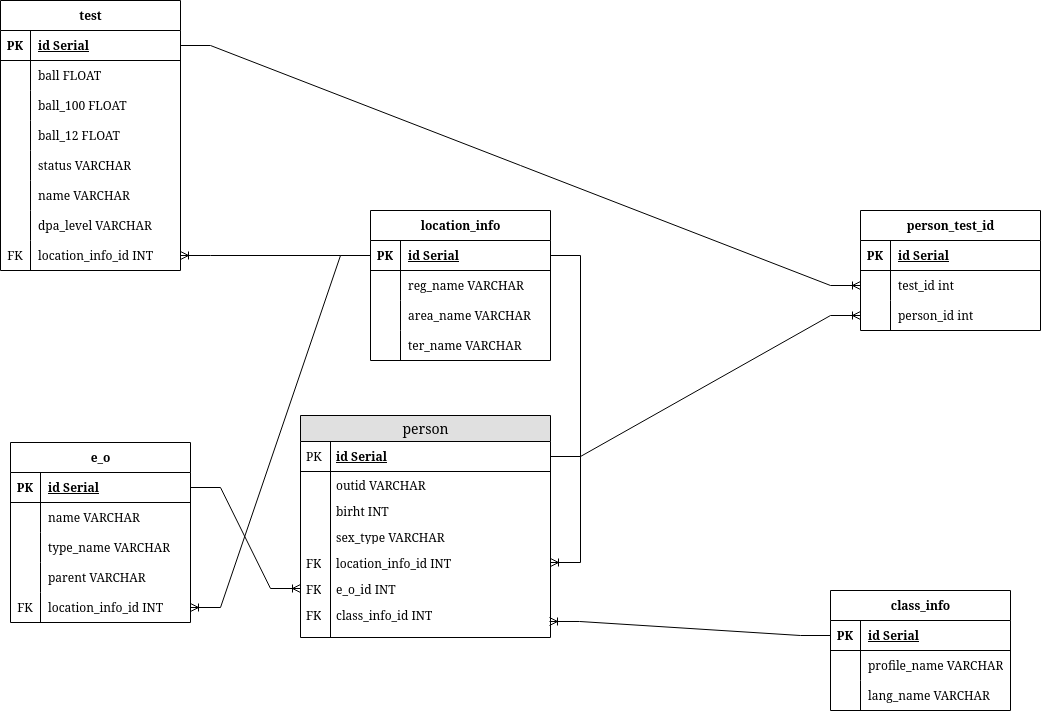
Sokolnickiy/db_lab keeps this draw.io diagram as erd.drawio.png. Above is the earlier version. Source tidied: cells renumbered, new cells last; positions are measured from the earlier drawing's top-left corner, leaving out a move shared by most shapes.
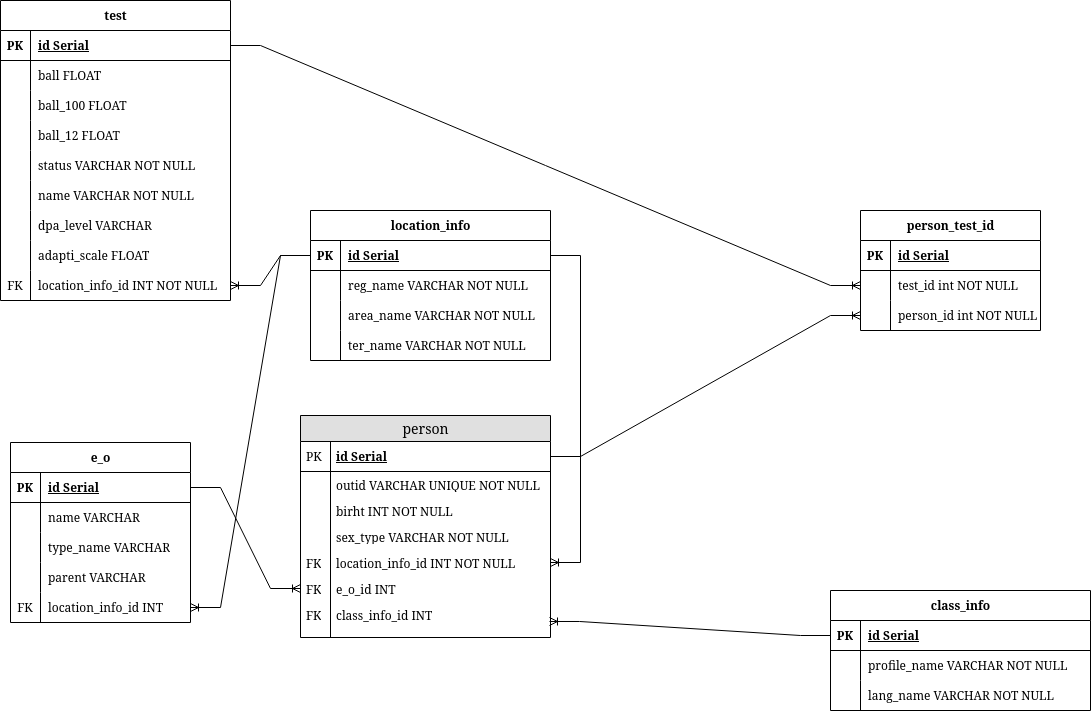
Above is the later version.

Change to the diagram source:
```diff
@@ -13,3 +13,3 @@
     </mxCell>
-    <mxCell id="5" value="outid VARCHAR" style="shape=partialRectangle;top=0;left=0;right=0;bottom=0;html=1;align=left;verticalAlign=top;fillColor=none;spacingLeft=34;spacingRight=4;whiteSpace=wrap;overflow=hidden;" parent="2" vertex="1">
+    <mxCell id="5" value="outid VARCHAR UNIQUE NOT NULL" style="shape=partialRectangle;top=0;left=0;right=0;bottom=0;html=1;align=left;verticalAlign=top;fillColor=none;spacingLeft=34;spacingRight=4;whiteSpace=wrap;overflow=hidden;" parent="2" vertex="1">
       <mxGeometry y="56" width="250" height="26" as="geometry" />
@@ -19,3 +19,3 @@
     </mxCell>
-    <mxCell id="7" value="birht INT" style="shape=partialRectangle;top=0;left=0;right=0;bottom=0;html=1;align=left;verticalAlign=top;fillColor=none;spacingLeft=34;spacingRight=4;whiteSpace=wrap;overflow=hidden;" parent="2" vertex="1">
+    <mxCell id="7" value="birht INT NOT NULL" style="shape=partialRectangle;top=0;left=0;right=0;bottom=0;html=1;align=left;verticalAlign=top;fillColor=none;spacingLeft=34;spacingRight=4;whiteSpace=wrap;overflow=hidden;" parent="2" vertex="1">
       <mxGeometry y="82" width="250" height="26" as="geometry" />
@@ -25,3 +25,3 @@
     </mxCell>
-    <mxCell id="9" value="sex_type VARCHAR" style="shape=partialRectangle;top=0;left=0;right=0;bottom=0;html=1;align=left;verticalAlign=top;fillColor=none;spacingLeft=34;spacingRight=4;whiteSpace=wrap;overflow=hidden;" parent="2" vertex="1">
+    <mxCell id="9" value="sex_type VARCHAR NOT NULL" style="shape=partialRectangle;top=0;left=0;right=0;bottom=0;html=1;align=left;verticalAlign=top;fillColor=none;spacingLeft=34;spacingRight=4;whiteSpace=wrap;overflow=hidden;" parent="2" vertex="1">
       <mxGeometry y="108" width="250" height="26" as="geometry" />
@@ -31,3 +31,3 @@
     </mxCell>
-    <mxCell id="11" value="location_info_id INT" style="shape=partialRectangle;top=0;left=0;right=0;bottom=0;html=1;align=left;verticalAlign=top;fillColor=none;spacingLeft=34;spacingRight=4;whiteSpace=wrap;overflow=hidden;points=[[0,0.5],[1,0.5]];portConstraint=eastwest;" parent="2" vertex="1">
+    <mxCell id="11" value="location_info_id INT NOT NULL" style="shape=partialRectangle;top=0;left=0;right=0;bottom=0;html=1;align=left;verticalAlign=top;fillColor=none;spacingLeft=34;spacingRight=4;whiteSpace=wrap;overflow=hidden;points=[[0,0.5],[1,0.5]];portConstraint=eastwest;" parent="2" vertex="1">
       <mxGeometry y="134" width="250" height="26" as="geometry" />
@@ -107,6 +107,6 @@
     <mxCell id="36" value="class_info" style="shape=table;startSize=30;rowLines=0;fontStyle=1;align=center;html=1;" parent="1" vertex="1">
-      <mxGeometry x="830" y="590" width="180" height="120" as="geometry" />
+      <mxGeometry x="830" y="590" width="260" height="120" as="geometry" />
     </mxCell>
     <mxCell id="37" style="shape=tableRow;horizontal=0;startSize=0;swimlaneHead=0;swimlaneBody=0;fillColor=none;points=[[0,0.5],[1,0.5]];portConstraint=eastwest;top=0;left=0;right=0;bottom=1;" parent="36" vertex="1">
-      <mxGeometry y="30" width="180" height="30" as="geometry" />
+      <mxGeometry y="30" width="260" height="30" as="geometry" />
     </mxCell>
@@ -116,6 +116,6 @@
     <mxCell id="39" value="id Serial" style="shape=partialRectangle;fillColor=none;top=0;left=0;bottom=0;right=0;align=left;spacingLeft=6;fontStyle=5;overflow=hidden;whiteSpace=wrap;html=1;" parent="37" vertex="1">
-      <mxGeometry x="30" width="150" height="30" as="geometry" />
+      <mxGeometry x="30" width="230" height="30" as="geometry" />
     </mxCell>
     <mxCell id="40" style="shape=tableRow;horizontal=0;startSize=0;swimlaneHead=0;swimlaneBody=0;fillColor=none;top=0;left=0;right=0;bottom=0;" parent="36" vertex="1">
-      <mxGeometry y="60" width="180" height="30" as="geometry" />
+      <mxGeometry y="60" width="260" height="30" as="geometry" />
     </mxCell>
@@ -124,7 +124,7 @@
     </mxCell>
-    <mxCell id="42" value="profile_name VARCHAR" style="shape=partialRectangle;fillColor=none;top=0;left=0;bottom=0;right=0;align=left;spacingLeft=6;overflow=hidden;whiteSpace=wrap;html=1;" parent="40" vertex="1">
-      <mxGeometry x="30" width="150" height="30" as="geometry" />
+    <mxCell id="42" value="profile_name VARCHAR NOT NULL" style="shape=partialRectangle;fillColor=none;top=0;left=0;bottom=0;right=0;align=left;spacingLeft=6;overflow=hidden;whiteSpace=wrap;html=1;" parent="40" vertex="1">
+      <mxGeometry x="30" width="230" height="30" as="geometry" />
     </mxCell>
     <mxCell id="43" style="shape=tableRow;horizontal=0;startSize=0;swimlaneHead=0;swimlaneBody=0;fillColor=none;top=0;left=0;right=0;bottom=0;" parent="36" vertex="1">
-      <mxGeometry y="90" width="180" height="30" as="geometry" />
+      <mxGeometry y="90" width="260" height="30" as="geometry" />
     </mxCell>
@@ -133,4 +133,4 @@
     </mxCell>
-    <mxCell id="45" value="lang_name VARCHAR" style="shape=partialRectangle;fillColor=none;top=0;left=0;bottom=0;right=0;align=left;spacingLeft=6;overflow=hidden;whiteSpace=wrap;html=1;" parent="43" vertex="1">
-      <mxGeometry x="30" width="150" height="30" as="geometry" />
+    <mxCell id="45" value="lang_name VARCHAR NOT NULL" style="shape=partialRectangle;fillColor=none;top=0;left=0;bottom=0;right=0;align=left;spacingLeft=6;overflow=hidden;whiteSpace=wrap;html=1;" parent="43" vertex="1">
+      <mxGeometry x="30" width="230" height="30" as="geometry" />
     </mxCell>
@@ -140,6 +140,6 @@
     <mxCell id="47" value="location_info" style="shape=table;startSize=30;rowLines=0;fontStyle=1;align=center;html=1;" parent="1" vertex="1">
-      <mxGeometry x="370" y="210" width="180" height="150" as="geometry" />
+      <mxGeometry x="310" y="210" width="240" height="150" as="geometry" />
     </mxCell>
     <mxCell id="48" style="shape=tableRow;horizontal=0;startSize=0;swimlaneHead=0;swimlaneBody=0;fillColor=none;points=[[0,0.5],[1,0.5]];portConstraint=eastwest;top=0;left=0;right=0;bottom=1;" parent="47" vertex="1">
-      <mxGeometry y="30" width="180" height="30" as="geometry" />
+      <mxGeometry y="30" width="240" height="30" as="geometry" />
     </mxCell>
@@ -149,6 +149,6 @@
     <mxCell id="50" value="id Serial" style="shape=partialRectangle;fillColor=none;top=0;left=0;bottom=0;right=0;align=left;spacingLeft=6;fontStyle=5;overflow=hidden;whiteSpace=wrap;html=1;" parent="48" vertex="1">
-      <mxGeometry x="30" width="150" height="30" as="geometry" />
+      <mxGeometry x="30" width="210" height="30" as="geometry" />
     </mxCell>
     <mxCell id="51" style="shape=tableRow;horizontal=0;startSize=0;swimlaneHead=0;swimlaneBody=0;fillColor=none;top=0;left=0;right=0;bottom=0;" parent="47" vertex="1">
-      <mxGeometry y="60" width="180" height="30" as="geometry" />
+      <mxGeometry y="60" width="240" height="30" as="geometry" />
     </mxCell>
@@ -157,7 +157,7 @@
     </mxCell>
-    <mxCell id="53" value="reg_name VARCHAR" style="shape=partialRectangle;fillColor=none;top=0;left=0;bottom=0;right=0;align=left;spacingLeft=6;overflow=hidden;whiteSpace=wrap;html=1;" parent="51" vertex="1">
-      <mxGeometry x="30" width="150" height="30" as="geometry" />
+    <mxCell id="53" value="reg_name VARCHAR NOT NULL" style="shape=partialRectangle;fillColor=none;top=0;left=0;bottom=0;right=0;align=left;spacingLeft=6;overflow=hidden;whiteSpace=wrap;html=1;" parent="51" vertex="1">
+      <mxGeometry x="30" width="210" height="30" as="geometry" />
     </mxCell>
     <mxCell id="54" style="shape=tableRow;horizontal=0;startSize=0;swimlaneHead=0;swimlaneBody=0;fillColor=none;top=0;left=0;right=0;bottom=0;" parent="47" vertex="1">
-      <mxGeometry y="90" width="180" height="30" as="geometry" />
+      <mxGeometry y="90" width="240" height="30" as="geometry" />
     </mxCell>
@@ -166,7 +166,7 @@
     </mxCell>
-    <mxCell id="56" value="area_name VARCHAR" style="shape=partialRectangle;fillColor=none;top=0;left=0;bottom=0;right=0;align=left;spacingLeft=6;overflow=hidden;whiteSpace=wrap;html=1;" parent="54" vertex="1">
-      <mxGeometry x="30" width="150" height="30" as="geometry" />
+    <mxCell id="56" value="area_name VARCHAR NOT NULL" style="shape=partialRectangle;fillColor=none;top=0;left=0;bottom=0;right=0;align=left;spacingLeft=6;overflow=hidden;whiteSpace=wrap;html=1;" parent="54" vertex="1">
+      <mxGeometry x="30" width="210" height="30" as="geometry" />
     </mxCell>
     <mxCell id="57" style="shape=tableRow;horizontal=0;startSize=0;swimlaneHead=0;swimlaneBody=0;fillColor=none;top=0;left=0;right=0;bottom=0;" parent="47" vertex="1">
-      <mxGeometry y="120" width="180" height="30" as="geometry" />
+      <mxGeometry y="120" width="240" height="30" as="geometry" />
     </mxCell>
@@ -175,4 +175,4 @@
     </mxCell>
-    <mxCell id="59" value="ter_name VARCHAR" style="shape=partialRectangle;fillColor=none;top=0;left=0;bottom=0;right=0;align=left;spacingLeft=6;overflow=hidden;whiteSpace=wrap;html=1;" parent="57" vertex="1">
-      <mxGeometry x="30" width="150" height="30" as="geometry" />
+    <mxCell id="59" value="ter_name VARCHAR NOT NULL" style="shape=partialRectangle;fillColor=none;top=0;left=0;bottom=0;right=0;align=left;spacingLeft=6;overflow=hidden;whiteSpace=wrap;html=1;" parent="57" vertex="1">
+      <mxGeometry x="30" width="210" height="30" as="geometry" />
     </mxCell>
@@ -189,6 +189,6 @@
     <mxCell id="61" value="test" style="shape=table;startSize=30;rowLines=0;fontStyle=1;align=center;html=1;" parent="1" vertex="1">
-      <mxGeometry width="180" height="270" as="geometry" />
+      <mxGeometry width="230" height="300" as="geometry" />
     </mxCell>
     <mxCell id="62" style="shape=tableRow;horizontal=0;startSize=0;swimlaneHead=0;swimlaneBody=0;fillColor=none;points=[[0,0.5],[1,0.5]];portConstraint=eastwest;top=0;left=0;right=0;bottom=1;" parent="61" vertex="1">
-      <mxGeometry y="30" width="180" height="30" as="geometry" />
+      <mxGeometry y="30" width="230" height="30" as="geometry" />
     </mxCell>
@@ -198,6 +198,6 @@
     <mxCell id="64" value="id Serial" style="shape=partialRectangle;fillColor=none;top=0;left=0;bottom=0;right=0;align=left;spacingLeft=6;fontStyle=5;overflow=hidden;whiteSpace=wrap;html=1;" parent="62" vertex="1">
-      <mxGeometry x="30" width="150" height="30" as="geometry" />
+      <mxGeometry x="30" width="200" height="30" as="geometry" />
     </mxCell>
     <mxCell id="65" style="shape=tableRow;horizontal=0;startSize=0;swimlaneHead=0;swimlaneBody=0;fillColor=none;top=0;left=0;right=0;bottom=0;" parent="61" vertex="1">
-      <mxGeometry y="60" width="180" height="30" as="geometry" />
+      <mxGeometry y="60" width="230" height="30" as="geometry" />
     </mxCell>
@@ -207,6 +207,6 @@
     <mxCell id="67" value="ball FLOAT" style="shape=partialRectangle;fillColor=none;top=0;left=0;bottom=0;right=0;align=left;spacingLeft=6;overflow=hidden;whiteSpace=wrap;html=1;" parent="65" vertex="1">
-      <mxGeometry x="30" width="150" height="30" as="geometry" />
+      <mxGeometry x="30" width="200" height="30" as="geometry" />
     </mxCell>
     <mxCell id="68" style="shape=tableRow;horizontal=0;startSize=0;swimlaneHead=0;swimlaneBody=0;fillColor=none;top=0;left=0;right=0;bottom=0;" parent="61" vertex="1">
-      <mxGeometry y="90" width="180" height="30" as="geometry" />
+      <mxGeometry y="90" width="230" height="30" as="geometry" />
     </mxCell>
@@ -216,6 +216,6 @@
     <mxCell id="70" value="ball_100 FLOAT" style="shape=partialRectangle;fillColor=none;top=0;left=0;bottom=0;right=0;align=left;spacingLeft=6;overflow=hidden;whiteSpace=wrap;html=1;" parent="68" vertex="1">
-      <mxGeometry x="30" width="150" height="30" as="geometry" />
+      <mxGeometry x="30" width="200" height="30" as="geometry" />
     </mxCell>
     <mxCell id="71" style="shape=tableRow;horizontal=0;startSize=0;swimlaneHead=0;swimlaneBody=0;fillColor=none;top=0;left=0;right=0;bottom=0;" parent="61" vertex="1">
-      <mxGeometry y="120" width="180" height="30" as="geometry" />
+      <mxGeometry y="120" width="230" height="30" as="geometry" />
     </mxCell>
@@ -225,6 +225,6 @@
     <mxCell id="73" value="ball_12 FLOAT" style="shape=partialRectangle;fillColor=none;top=0;left=0;bottom=0;right=0;align=left;spacingLeft=6;overflow=hidden;whiteSpace=wrap;html=1;" parent="71" vertex="1">
-      <mxGeometry x="30" width="150" height="30" as="geometry" />
+      <mxGeometry x="30" width="200" height="30" as="geometry" />
     </mxCell>
     <mxCell id="74" style="shape=tableRow;horizontal=0;startSize=0;swimlaneHead=0;swimlaneBody=0;fillColor=none;top=0;left=0;right=0;bottom=0;" parent="61" vertex="1">
-      <mxGeometry y="150" width="180" height="30" as="geometry" />
+      <mxGeometry y="150" width="230" height="30" as="geometry" />
     </mxCell>
@@ -233,7 +233,7 @@
     </mxCell>
-    <mxCell id="76" value="status VARCHAR" style="shape=partialRectangle;fillColor=none;top=0;left=0;bottom=0;right=0;align=left;spacingLeft=6;overflow=hidden;whiteSpace=wrap;html=1;" parent="74" vertex="1">
-      <mxGeometry x="30" width="150" height="30" as="geometry" />
+    <mxCell id="76" value="status VARCHAR NOT NULL" style="shape=partialRectangle;fillColor=none;top=0;left=0;bottom=0;right=0;align=left;spacingLeft=6;overflow=hidden;whiteSpace=wrap;html=1;" parent="74" vertex="1">
+      <mxGeometry x="30" width="200" height="30" as="geometry" />
     </mxCell>
     <mxCell id="77" style="shape=tableRow;horizontal=0;startSize=0;swimlaneHead=0;swimlaneBody=0;fillColor=none;top=0;left=0;right=0;bottom=0;" parent="61" vertex="1">
-      <mxGeometry y="180" width="180" height="30" as="geometry" />
+      <mxGeometry y="180" width="230" height="30" as="geometry" />
     </mxCell>
@@ -242,9 +242,9 @@
     </mxCell>
-    <mxCell id="79" value="name VARCHAR" style="shape=partialRectangle;fillColor=none;top=0;left=0;bottom=0;right=0;align=left;spacingLeft=6;overflow=hidden;whiteSpace=wrap;html=1;" parent="77" vertex="1">
-      <mxGeometry x="30" width="150" height="30" as="geometry" />
+    <mxCell id="79" value="name VARCHAR NOT NULL" style="shape=partialRectangle;fillColor=none;top=0;left=0;bottom=0;right=0;align=left;spacingLeft=6;overflow=hidden;whiteSpace=wrap;html=1;" parent="77" vertex="1">
+      <mxGeometry x="30" width="200" height="30" as="geometry" />
     </mxCell>
     <mxCell id="80" style="shape=tableRow;horizontal=0;startSize=0;swimlaneHead=0;swimlaneBody=0;fillColor=none;top=0;left=0;right=0;bottom=0;" parent="61" vertex="1">
-      <mxGeometry y="210" width="180" height="30" as="geometry" />
+      <mxGeometry y="210" width="230" height="30" as="geometry" />
     </mxCell>
-    <mxCell id="81" style="shape=partialRectangle;fillColor=none;top=0;left=0;bottom=0;right=0;overflow=hidden;whiteSpace=wrap;html=1;" parent="80" vertex="1">
+    <mxCell id="81" value="&lt;br/&gt;" style="shape=partialRectangle;fillColor=none;top=0;left=0;bottom=0;right=0;overflow=hidden;whiteSpace=wrap;html=1;" parent="80" vertex="1">
       <mxGeometry width="30" height="30" as="geometry" />
@@ -252,6 +252,15 @@
     <mxCell id="82" value="dpa_level VARCHAR" style="shape=partialRectangle;fillColor=none;top=0;left=0;bottom=0;right=0;align=left;spacingLeft=6;overflow=hidden;whiteSpace=wrap;html=1;" parent="80" vertex="1">
-      <mxGeometry x="30" width="150" height="30" as="geometry" />
+      <mxGeometry x="30" width="200" height="30" as="geometry" />
     </mxCell>
+    <mxCell id="100" style="shape=tableRow;horizontal=0;startSize=0;swimlaneHead=0;swimlaneBody=0;fillColor=none;top=0;left=0;right=0;bottom=0;" parent="61" vertex="1">
+      <mxGeometry y="240" width="230" height="30" as="geometry" />
+    </mxCell>
+    <mxCell id="101" value="&lt;br/&gt;" style="shape=partialRectangle;fillColor=none;top=0;left=0;bottom=0;right=0;overflow=hidden;whiteSpace=wrap;html=1;" parent="100" vertex="1">
+      <mxGeometry width="30" height="30" as="geometry" />
+    </mxCell>
+    <mxCell id="102" value="adapti_scale FLOAT" style="shape=partialRectangle;fillColor=none;top=0;left=0;bottom=0;right=0;align=left;spacingLeft=6;overflow=hidden;whiteSpace=wrap;html=1;" parent="100" vertex="1">
+      <mxGeometry x="30" width="200" height="30" as="geometry" />
+    </mxCell>
     <mxCell id="83" style="shape=tableRow;horizontal=0;startSize=0;swimlaneHead=0;swimlaneBody=0;fillColor=none;points=[[0,0.5],[1,0.5]];portConstraint=eastwest;top=0;left=0;right=0;bottom=0;" parent="61" vertex="1">
-      <mxGeometry y="240" width="180" height="30" as="geometry" />
+      <mxGeometry y="270" width="230" height="30" as="geometry" />
     </mxCell>
@@ -260,4 +269,4 @@
     </mxCell>
-    <mxCell id="85" value="location_info_id INT" style="shape=partialRectangle;fillColor=none;top=0;left=0;bottom=0;right=0;align=left;spacingLeft=6;overflow=hidden;whiteSpace=wrap;html=1;" parent="83" vertex="1">
-      <mxGeometry x="30" width="150" height="30" as="geometry" />
+    <mxCell id="85" value="location_info_id INT NOT NULL" style="shape=partialRectangle;fillColor=none;top=0;left=0;bottom=0;right=0;align=left;spacingLeft=6;overflow=hidden;whiteSpace=wrap;html=1;" parent="83" vertex="1">
+      <mxGeometry x="30" width="200" height="30" as="geometry" />
     </mxCell>
@@ -287,3 +296,3 @@
     </mxCell>
-    <mxCell id="94" value="test_id int" style="shape=partialRectangle;fillColor=none;top=0;left=0;bottom=0;right=0;align=left;spacingLeft=6;overflow=hidden;whiteSpace=wrap;html=1;" parent="92" vertex="1">
+    <mxCell id="94" value="test_id int NOT NULL" style="shape=partialRectangle;fillColor=none;top=0;left=0;bottom=0;right=0;align=left;spacingLeft=6;overflow=hidden;whiteSpace=wrap;html=1;" parent="92" vertex="1">
       <mxGeometry x="30" width="150" height="30" as="geometry" />
@@ -296,3 +305,3 @@
     </mxCell>
-    <mxCell id="97" value="person_id int" style="shape=partialRectangle;fillColor=none;top=0;left=0;bottom=0;right=0;align=left;spacingLeft=6;overflow=hidden;whiteSpace=wrap;html=1;" parent="95" vertex="1">
+    <mxCell id="97" value="person_id int NOT NULL" style="shape=partialRectangle;fillColor=none;top=0;left=0;bottom=0;right=0;align=left;spacingLeft=6;overflow=hidden;whiteSpace=wrap;html=1;" parent="95" vertex="1">
       <mxGeometry x="30" width="150" height="30" as="geometry" />
```
